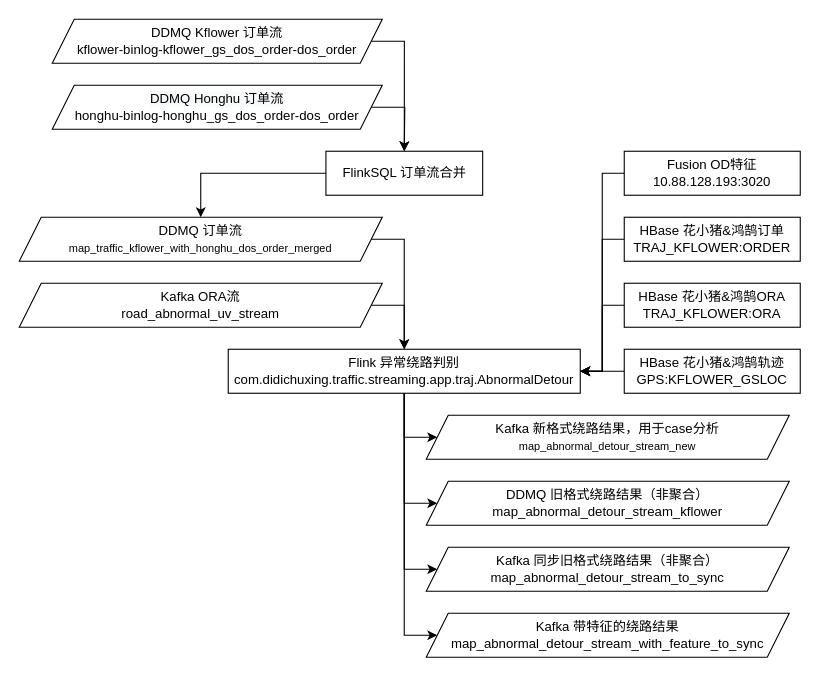
MaverickZwt/hangzhou_house_knowledge keeps this draw.io diagram as 未命名绘图.drawio. Above is the earlier version. Source tidied: cells renumbered, new cells numbered last; positions are measured from the earlier drawing's top-left corner, leaving out a move shared by most shapes. Both pictures are drawn from the tidied source at 110%, with x=0, y=0 at pixel (19, 19).
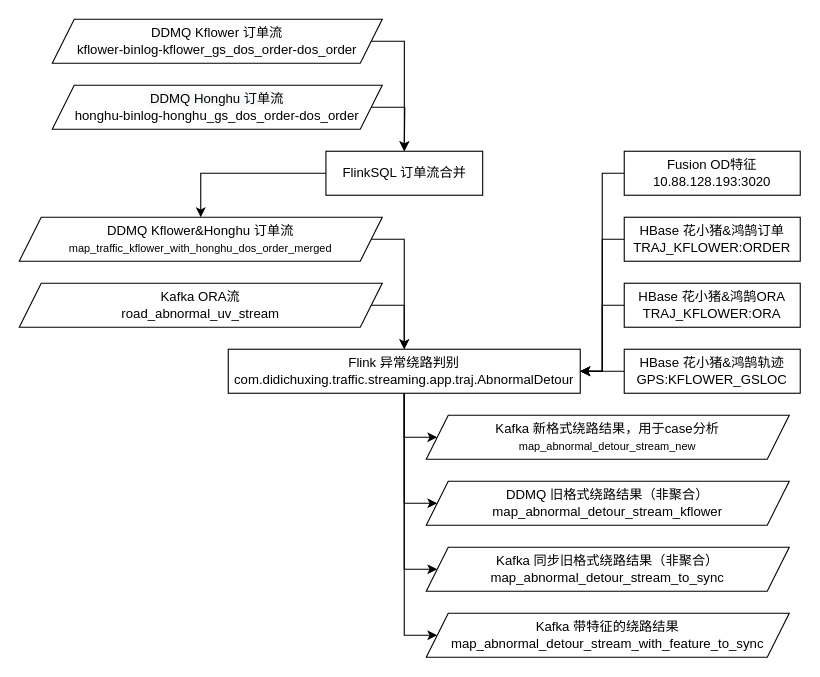
The same diagram, later.

Commit message:
更新未命名绘图.drawio

The edit, as a diff of the source:
```diff
@@
-    <mxCell id="3" value="&lt;font style=&quot;&quot;&gt;DDMQ 订单流&lt;br&gt;&lt;span style=&quot;text-align: start; background-color: rgb(255, 255, 255);&quot;&gt;&lt;font style=&quot;font-size: 10px;&quot;&gt;map_traffic_kflower_with_honghu_dos_order_merged&lt;/font&gt;&lt;/span&gt;&lt;/font&gt;" style="shape=parallelogram;perimeter=parallelogramPerimeter;whiteSpace=wrap;html=1;fixedSize=1;" parent="1" vertex="1">
+    <mxCell id="3" value="&lt;font style=&quot;&quot;&gt;DDMQ Kflower&amp;amp;Honghu 订单流&lt;br&gt;&lt;span style=&quot;text-align: start; background-color: rgb(255, 255, 255);&quot;&gt;&lt;font style=&quot;font-size: 10px;&quot;&gt;map_traffic_kflower_with_honghu_dos_order_merged&lt;/font&gt;&lt;/span&gt;&lt;/font&gt;" style="shape=parallelogram;perimeter=parallelogramPerimeter;whiteSpace=wrap;html=1;fixedSize=1;" parent="1" vertex="1">
       <mxGeometry y="180" width="330" height="40" as="geometry" />
     </mxCell>
```
